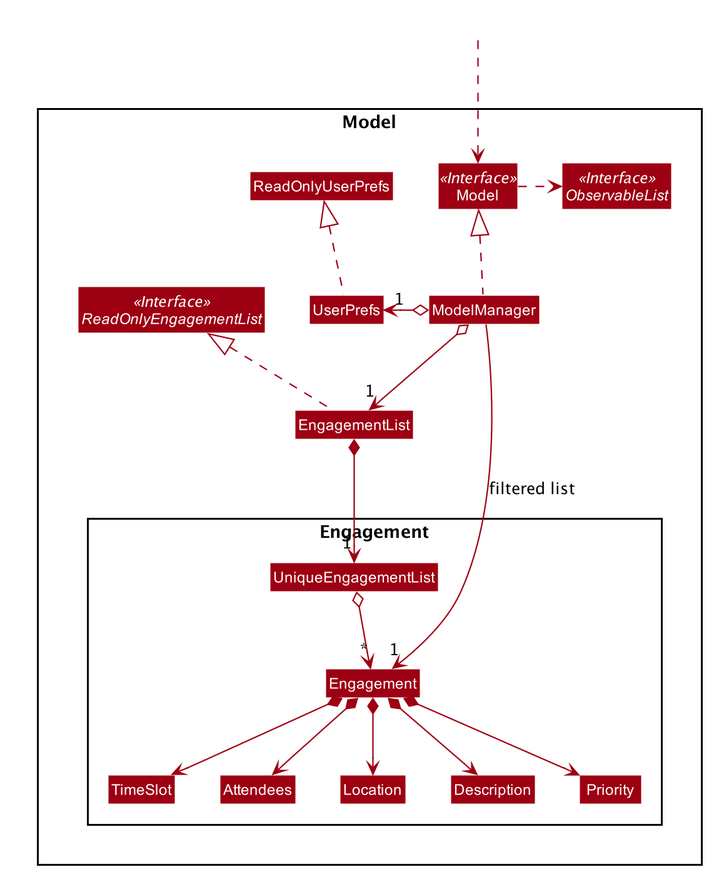
Above: docs/images/ModelClassDiagram.png in nus-cs2103-AY1920S1/addressbook-level3 (PlantUML), before the change.
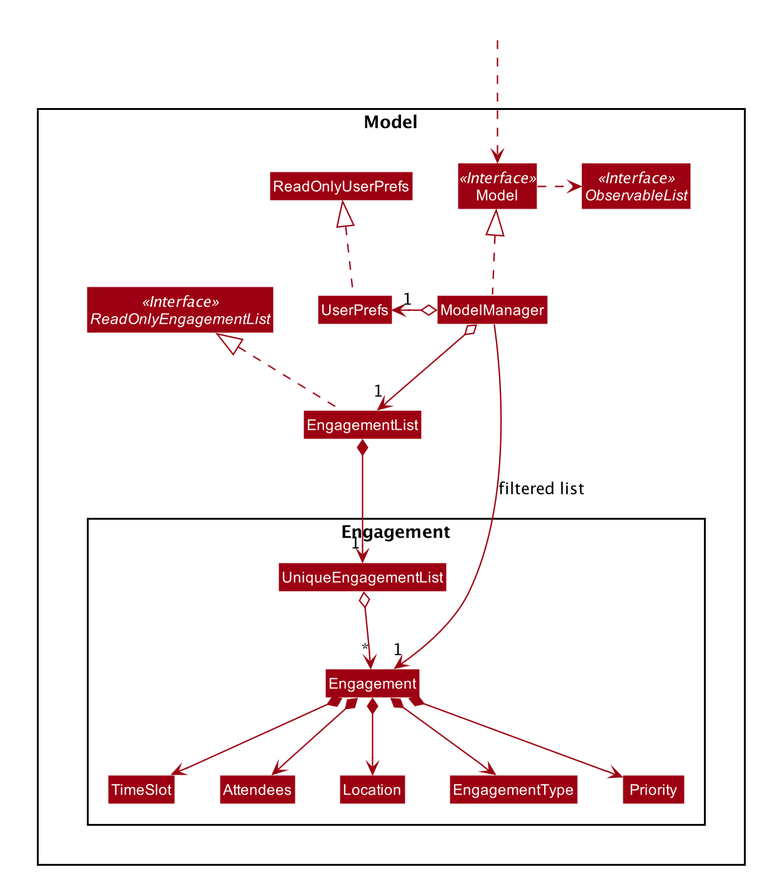
After the commit.

Commit message:
Update developer guide

The edit, as a diff of the source:
```diff
@@ -71,7 +71,7 @@
 Class TimeSlot
 Class Attendees
 Class Location
-Class Description
+Class EngagementType
 Class Priority
 Class UniqueEngagementList
 }
@@ -89,7 +89,7 @@
 Engagement *--> TimeSlot
 Engagement *--> Attendees
 Engagement *--> Location
-Engagement *--> Description
+Engagement *--> EngagementType
 Engagement *--> Priority
 
 
```
